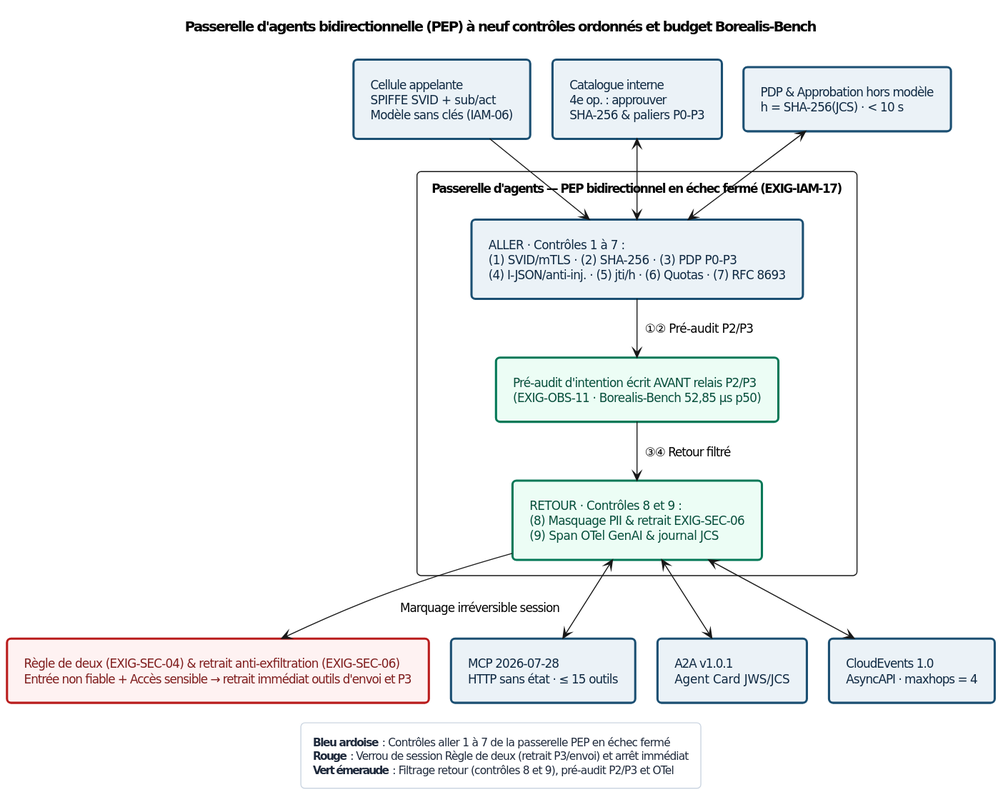
Above: Compendium/ouvrage/schemas/rendus/SCH-09-01.svg in agbruneau/Agentique (PlantUML), before the change. Its diagram source:
```plantuml
@startuml
<style>
document { BackgroundColor #FFFFFF; }
.det { BackgroundColor #EBF2F7; LineColor #1B4F72; LineThickness 2.2; FontColor #0F2942; }
.blue { BackgroundColor #EFF6FF; LineColor #1D4ED8; LineThickness 2.2; FontColor #1E3A8A; }
.prob { BackgroundColor #FFF5E0; LineColor #D97706; LineThickness 2.0; LineStyle 5; FontColor #451A03; }
.amber { BackgroundColor #FFFBEB; LineColor #B45309; LineThickness 2.0; FontColor #451A03; }
.green { BackgroundColor #ECFDF5; LineColor #047857; LineThickness 2.2; FontColor #064E3B; }
.teal { BackgroundColor #F0FDFA; LineColor #0F766E; LineThickness 2.2; FontColor #134E4A; }
.red { BackgroundColor #FEF2F2; LineColor #B91C1C; LineThickness 2.2; FontColor #7F1D1D; }
.purple { BackgroundColor #F5F3FF; LineColor #6D28D9; LineThickness 2.2; FontColor #4C1D95; }
.indigo { BackgroundColor #EEF2FF; LineColor #4338CA; LineThickness 2.2; FontColor #312E81; }
.gray { BackgroundColor #F1F5F9; LineColor #475569; LineThickness 1.8; FontColor #1E293B; }
package { BackgroundColor #F8FAFC; LineColor #64748B; LineThickness 1.2; FontColor #334155; }
legend { BackgroundColor #FFFFFF; LineColor #CBD5E1; FontColor #1E293B; FontSize 11; }
</style>
hide stereotype
skinparam defaultFontName "DejaVu Sans"
skinparam defaultFontSize 12
skinparam shadowing false
skinparam roundcorner 8
skinparam packageStyle rectangle
skinparam nodesep 22
skinparam ranksep 28
skinparam padding 7

top to bottom direction
title Passerelle d'agents bidirectionnelle (PEP) à neuf contrôles ordonnés et budget Borealis-Bench

together {
  rectangle "Cellule appelante\nSPIFFE SVID + sub/act\nModèle sans clés (IAM-06)" as N1 <<det>>
  rectangle "Catalogue interne\n4e op. : approuver\nSHA-256 & paliers P0-P3" as N2 <<det>>
  rectangle "PDP & Approbation hors modèle\nh = SHA-256(JCS) · < 10 s" as N3 <<det>>
}

package "Passerelle d'agents — PEP bidirectionnel en échec fermé (EXIG-IAM-17)" {
  rectangle "ALLER · Contrôles 1 à 7 :\n(1) SVID/mTLS · (2) SHA-256 · (3) PDP P0-P3\n(4) I-JSON/anti-inj. · (5) jti/h · (6) Quotas · (7) RFC 8693" as N4 <<det>>
  rectangle "Pré-audit d'intention écrit AVANT relais P2/P3\n(EXIG-OBS-11 · Borealis-Bench 52,85 µs p50)" as N5 <<green>>
  rectangle "RETOUR · Contrôles 8 et 9 :\n(8) Masquage PII & retrait EXIG-SEC-06\n(9) Span OTel GenAI & journal JCS" as N6 <<green>>
  N4 --> N5 : ①② Pré-audit P2/P3
  N5 --> N6 : ③④ Retour filtré
}

together {
  rectangle "MCP 2026-07-28\nHTTP sans état · ≤ 15 outils" as N7 <<det>>
  rectangle "A2A v1.0.1\nAgent Card JWS/JCS" as N8 <<det>>
  rectangle "CloudEvents 1.0\nAsyncAPI · maxhops = 4" as N9 <<det>>
}

rectangle "Règle de deux (EXIG-SEC-04) & retrait anti-exfiltration (EXIG-SEC-06)\nEntrée non fiable + Accès sensible → retrait immédiat outils d'envoi et P3" as N10 <<red>>

N1 --> N4
N2 <--> N4
N3 <--> N4
N6 <--> N7
N6 <--> N8
N6 <--> N9
N6 --> N10 : Marquage irréversible session

legend bottom
  **Bleu ardoise** : Contrôles aller 1 à 7 de la passerelle PEP en échec fermé
  **Rouge** : Verrou de session Règle de deux (retrait P3/envoi) et arrêt immédiat
  **Vert émeraude** : Filtrage retour (contrôles 8 et 9), pré-audit P2/P3 et OTel
end legend
@enduml
```
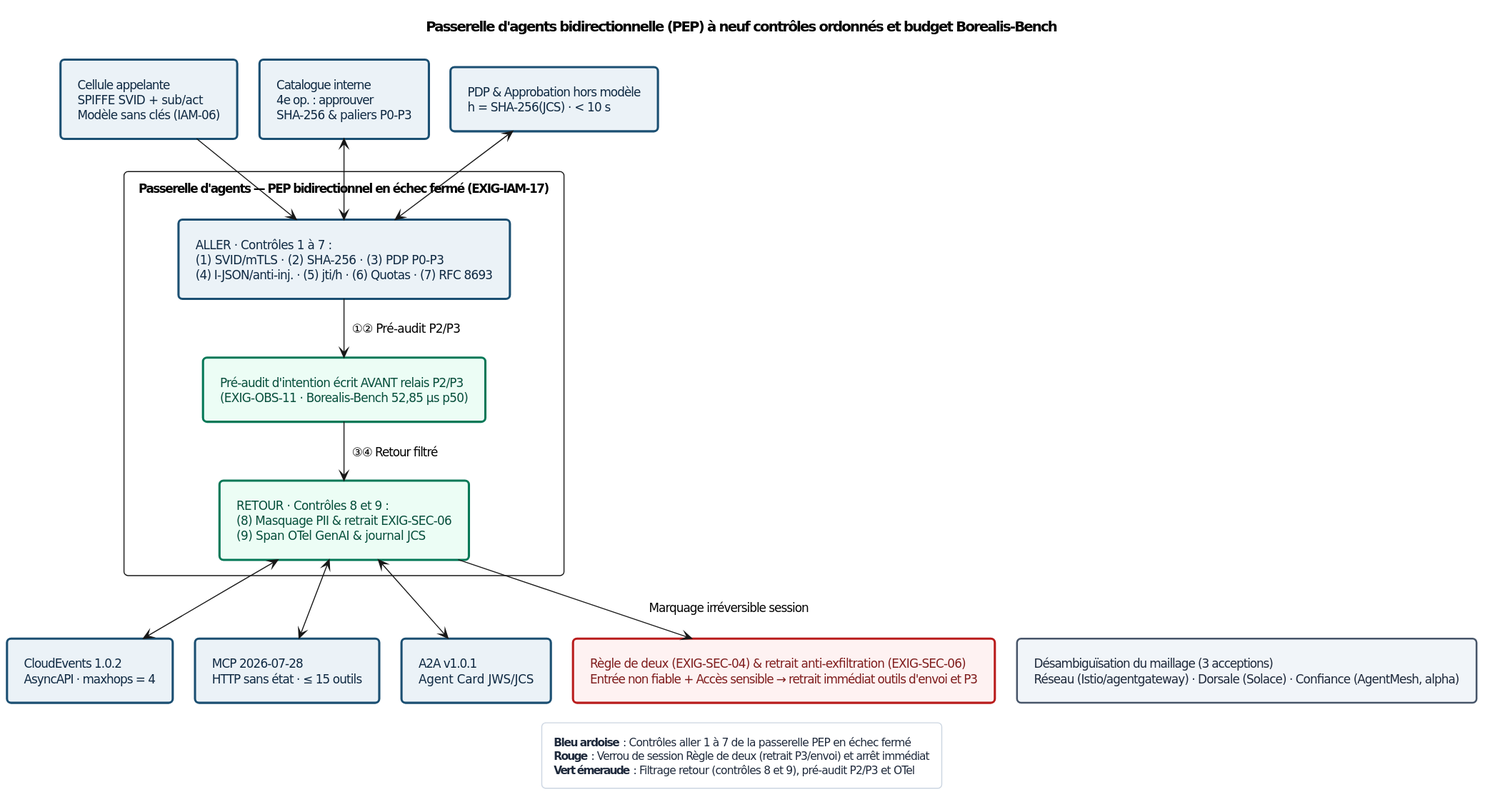
The same diagram one commit later.

What changed in the source:
```diff
@@ -44,10 +44,11 @@
 together {
   rectangle "MCP 2026-07-28\nHTTP sans état · ≤ 15 outils" as N7 <<det>>
   rectangle "A2A v1.0.1\nAgent Card JWS/JCS" as N8 <<det>>
-  rectangle "CloudEvents 1.0\nAsyncAPI · maxhops = 4" as N9 <<det>>
+  rectangle "CloudEvents 1.0.2\nAsyncAPI · maxhops = 4" as N9 <<det>>
 }
 
 rectangle "Règle de deux (EXIG-SEC-04) & retrait anti-exfiltration (EXIG-SEC-06)\nEntrée non fiable + Accès sensible → retrait immédiat outils d'envoi et P3" as N10 <<red>>
+rectangle "Désambiguïsation du maillage (3 acceptions)\nRéseau (Istio/agentgateway) · Dorsale (Solace) · Confiance (AgentMesh, alpha)" as N11 <<gray>>
 
 N1 --> N4
 N2 <--> N4
@@ -56,6 +57,7 @@
 N6 <--> N8
 N6 <--> N9
 N6 --> N10 : Marquage irréversible session
+N9 -[hidden]right-> N11
 
 legend bottom
   **Bleu ardoise** : Contrôles aller 1 à 7 de la passerelle PEP en échec fermé
```
